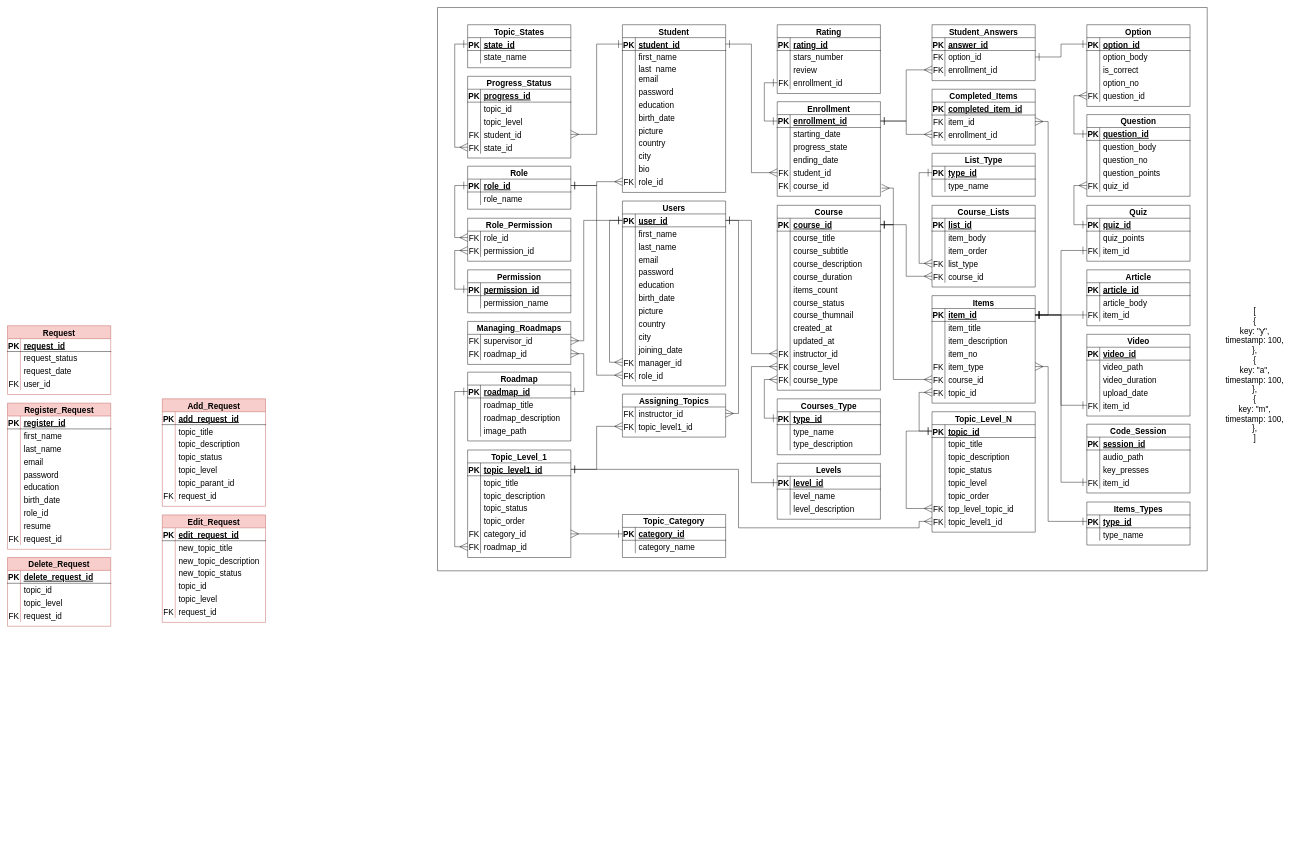
The draw.io diagram Erd.drawio in YAMANX8/academic-compass, before the edit. Source tidied: cells renumbered, new cells numbered last; positions are measured from the earlier drawing's top-left corner, leaving out a move shared by most shapes. Both pictures are drawn from the tidied source at 43%, with x=0, y=0 at pixel (7, 7).
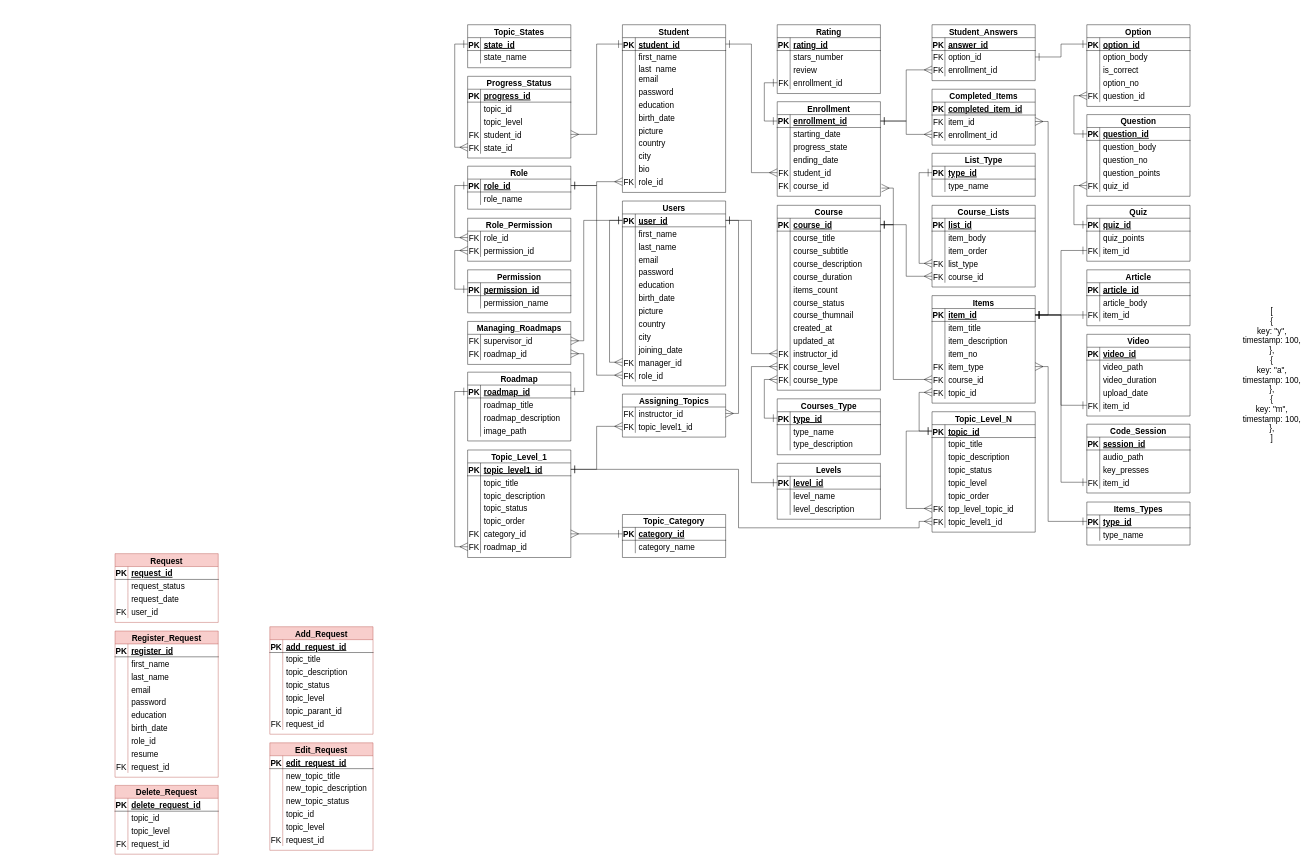
After the change.

What changed in the source:
```diff
@@
     <mxCell id="356" value="Request" style="shape=table;startSize=30;childLayout=tableLayout;rowLines=0;fontStyle=1;align=center;fontSize=19;fillColor=#f8cecc;strokeColor=#b85450;" parent="1" vertex="1">
-      <mxGeometry y="740" width="240" height="160" as="geometry" />
+      <mxGeometry x="250" y="1270" width="240" height="160" as="geometry" />
     </mxCell>
@@
     <mxCell id="444" value="Add_Request" style="shape=table;startSize=30;childLayout=tableLayout;rowLines=0;fontStyle=1;align=center;fontSize=19;fillColor=#f8cecc;strokeColor=#b85450;" parent="1" vertex="1">
-      <mxGeometry x="360" y="910" width="240" height="250" as="geometry" />
+      <mxGeometry x="610" y="1440" width="240" height="250" as="geometry" />
     </mxCell>
@@
     <mxCell id="466" value="Edit_Request" style="shape=table;startSize=30;childLayout=tableLayout;rowLines=0;fontStyle=1;align=center;fontSize=19;fillColor=#f8cecc;strokeColor=#b85450;" parent="1" vertex="1">
-      <mxGeometry x="360" y="1180" width="240" height="250" as="geometry" />
+      <mxGeometry x="610" y="1710" width="240" height="250" as="geometry" />
     </mxCell>
@@
     <mxCell id="488" value="Delete_Request" style="shape=table;startSize=30;childLayout=tableLayout;rowLines=0;fontStyle=1;align=center;fontSize=19;fillColor=#f8cecc;strokeColor=#b85450;" parent="1" vertex="1">
-      <mxGeometry y="1279" width="240" height="160" as="geometry" />
+      <mxGeometry x="250" y="1809" width="240" height="160" as="geometry" />
     </mxCell>
@@
     <mxCell id="501" value="Register_Request" style="shape=table;startSize=30;childLayout=tableLayout;rowLines=0;fontStyle=1;align=center;fontSize=19;fillColor=#f8cecc;strokeColor=#b85450;" parent="1" vertex="1">
-      <mxGeometry y="920" width="240" height="340" as="geometry" />
+      <mxGeometry x="250" y="1450" width="240" height="340" as="geometry" />
     </mxCell>
@@
-    <mxCell id="572" style="endArrow=none;html=1;rounded=0;labelBackgroundColor=default;strokeColor=default;align=center;verticalAlign=middle;fontFamily=Helvetica;fontSize=19;fontColor=default;startSize=16;endSize=16;shape=connector;" parent="1" edge="1">
+    <mxCell id="572" style="endArrow=none;html=1;rounded=0;labelBackgroundColor=default;strokeColor=none;align=center;verticalAlign=middle;fontFamily=Helvetica;fontSize=19;fontColor=default;startSize=16;endSize=16;shape=connector;" parent="1" edge="1">
       <mxGeometry relative="1" as="geometry">
         <mxPoint x="2790" y="1310" as="sourcePoint" />
         <mxPoint x="2790" as="targetPoint" />
       </mxGeometry>
     </mxCell>
-    <mxCell id="573" style="endArrow=none;html=1;rounded=0;labelBackgroundColor=default;strokeColor=default;align=center;verticalAlign=middle;fontFamily=Helvetica;fontSize=19;fontColor=default;startSize=16;endSize=16;shape=connector;" parent="1" edge="1">
+    <mxCell id="573" style="endArrow=none;html=1;rounded=0;labelBackgroundColor=default;strokeColor=none;align=center;verticalAlign=middle;fontFamily=Helvetica;fontSize=19;fontColor=default;startSize=16;endSize=16;shape=connector;" parent="1" edge="1">
       <mxGeometry relative="1" as="geometry">
         <mxPoint x="2790" as="sourcePoint" />
         <mxPoint x="1000" as="targetPoint" />
       </mxGeometry>
     </mxCell>
-    <mxCell id="574" style="endArrow=none;html=1;rounded=0;labelBackgroundColor=default;strokeColor=default;align=center;verticalAlign=middle;fontFamily=Helvetica;fontSize=19;fontColor=default;startSize=16;endSize=16;shape=connector;" parent="1" edge="1">
+    <mxCell id="574" style="endArrow=none;html=1;rounded=0;labelBackgroundColor=default;strokeColor=none;align=center;verticalAlign=middle;fontFamily=Helvetica;fontSize=19;fontColor=default;startSize=16;endSize=16;shape=connector;" parent="1" edge="1">
       <mxGeometry relative="1" as="geometry">
         <mxPoint x="2790" y="1310" as="sourcePoint" />
         <mxPoint x="1000" y="1310" as="targetPoint" />
       </mxGeometry>
     </mxCell>
-    <mxCell id="575" style="endArrow=none;html=1;rounded=0;labelBackgroundColor=default;strokeColor=default;align=center;verticalAlign=middle;fontFamily=Helvetica;fontSize=19;fontColor=default;startSize=16;endSize=16;shape=connector;" parent="1" edge="1">
+    <mxCell id="575" style="endArrow=none;html=1;rounded=0;labelBackgroundColor=default;strokeColor=none;align=center;verticalAlign=middle;fontFamily=Helvetica;fontSize=19;fontColor=default;startSize=16;endSize=16;shape=connector;" parent="1" edge="1">
       <mxGeometry relative="1" as="geometry">
         <mxPoint x="1000" y="1310" as="sourcePoint" />
         <mxPoint x="1000" as="targetPoint" />
       </mxGeometry>
     </mxCell>
@@
     <mxCell id="590" value="[&lt;div&gt;{&lt;/div&gt;&lt;div&gt;key: &quot;y&quot;,&lt;/div&gt;&lt;div&gt;timestamp: 100,&lt;/div&gt;&lt;div&gt;},&lt;/div&gt;&lt;div&gt;{&lt;/div&gt;&lt;div&gt;&lt;div&gt;key: &quot;a&quot;,&lt;/div&gt;&lt;div&gt;timestamp: 100,&lt;/div&gt;&lt;/div&gt;&lt;div&gt;},&lt;/div&gt;&lt;div&gt;{&lt;/div&gt;&lt;div&gt;&lt;div&gt;key: &quot;m&quot;,&lt;/div&gt;&lt;div&gt;timestamp: 100,&lt;/div&gt;&lt;/div&gt;&lt;div&gt;},&lt;/div&gt;&lt;div&gt;]&lt;/div&gt;" style="text;html=1;align=center;verticalAlign=middle;strokeColor=none;fillColor=none;fontFamily=Helvetica;fontSize=19;fontColor=default;labelBackgroundColor=default;" parent="1" vertex="1">
-      <mxGeometry x="2820" y="690" width="160" height="330" as="geometry" />
+      <mxGeometry x="2860" y="690" width="160" height="330" as="geometry" />
     </mxCell>
```
